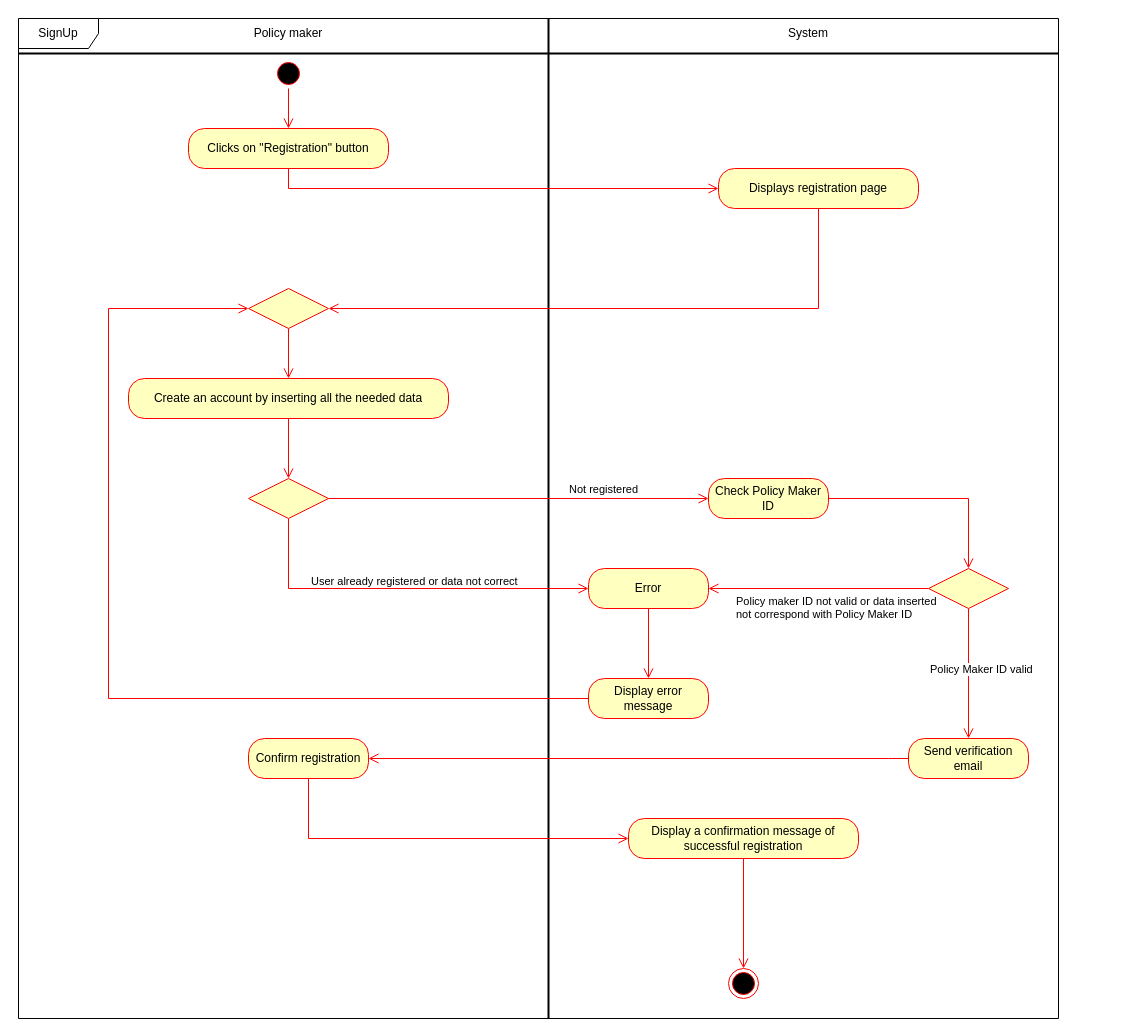
matteovisotto/SE2-CecchettoSirianiVisotto keeps this draw.io diagram as page "SignUp" (1 of 7) of PolicyMaker.drawio. Above is the earlier version. Source tidied: cells renumbered, new cells numbered last; positions are measured from the earlier drawing's top-left corner, leaving out a move shared by most shapes. Both pictures are drawn from the tidied source at 100%, with x=0, y=0 at pixel (18, 18).
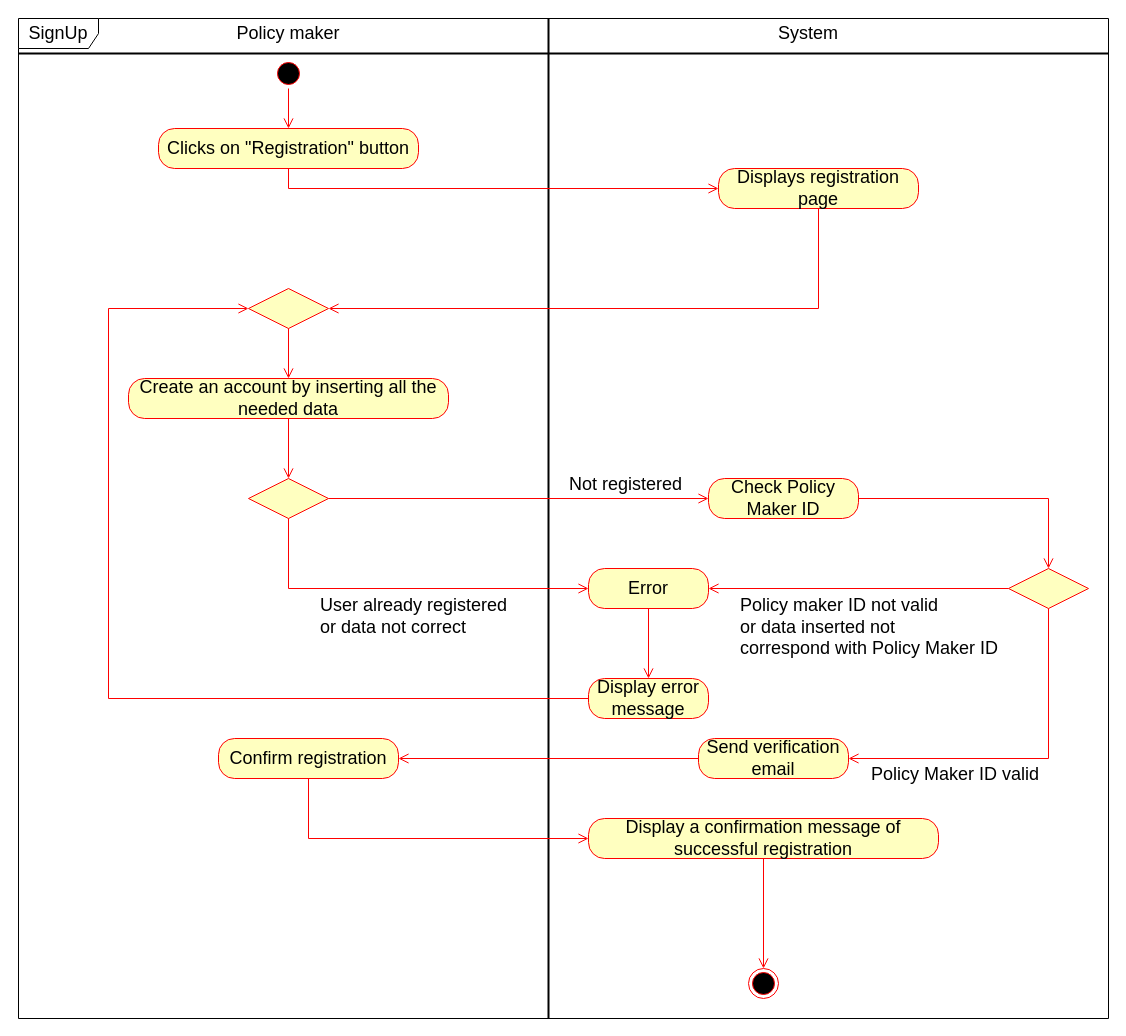
After the change.

The change refers to these unchanged cells:
```xml
<mxCell id="10" style="rhombus;whiteSpace=wrap;html=1;fillColor=#ffffc0;strokeColor=#ff0000;" parent="1" vertex="1">
  <mxGeometry x="230" y="460" width="80" height="40" as="geometry" />
</mxCell>
```

Diff of the diagram source:
```diff
@@
-    <mxCell id="2" value="SignUp" style="shape=umlFrame;whiteSpace=wrap;html=1;width=80;height=30;" parent="1" vertex="1">
-      <mxGeometry width="1040" height="1000" as="geometry" />
+    <mxCell id="2" value="&lt;font style=&quot;font-size: 18px&quot;&gt;SignUp&lt;/font&gt;" style="shape=umlFrame;whiteSpace=wrap;html=1;width=80;height=30;" parent="1" vertex="1">
+      <mxGeometry width="1090" height="1000" as="geometry" />
     </mxCell>
@@
-    <mxCell id="8" value="Create an account by inserting all the needed data" style="rounded=1;whiteSpace=wrap;html=1;arcSize=40;fontColor=#000000;fillColor=#ffffc0;strokeColor=#ff0000;" parent="1" vertex="1">
+    <mxCell id="8" value="&lt;font style=&quot;font-size: 18px&quot;&gt;Create an account by inserting all the needed data&lt;/font&gt;" style="rounded=1;whiteSpace=wrap;html=1;arcSize=40;fontColor=#000000;fillColor=#ffffc0;strokeColor=#ff0000;" parent="1" vertex="1">
       <mxGeometry x="110" y="360" width="320" height="40" as="geometry" />
     </mxCell>
@@
-    <mxCell id="11" value="Not registered" style="edgeStyle=orthogonalEdgeStyle;html=1;align=left;verticalAlign=bottom;endArrow=open;endSize=8;strokeColor=#ff0000;rounded=0;" parent="1" edge="1" source="10" target="27">
+    <mxCell id="11" value="&lt;font style=&quot;font-size: 18px&quot;&gt;Not registered&lt;/font&gt;" style="edgeStyle=orthogonalEdgeStyle;html=1;align=left;verticalAlign=bottom;endArrow=open;endSize=8;strokeColor=#ff0000;rounded=0;" parent="1" edge="1" source="10" target="27">
       <mxGeometry x="0.26" relative="1" as="geometry" />
     </mxCell>
-    <mxCell id="12" value="User already registered or data not correct" style="edgeStyle=orthogonalEdgeStyle;html=1;align=left;verticalAlign=top;endArrow=open;endSize=8;strokeColor=#ff0000;rounded=0;" parent="1" edge="1" source="10" target="24">
-      <mxGeometry x="-0.51" y="20" relative="1" as="geometry">
+    <mxCell id="12" value="&lt;font style=&quot;font-size: 18px&quot;&gt;User already registered&lt;br&gt;or data not correct&lt;/font&gt;" style="edgeStyle=orthogonalEdgeStyle;html=1;align=left;verticalAlign=top;endArrow=open;endSize=8;strokeColor=#ff0000;rounded=0;" parent="1" edge="1" source="10" target="24">
+      <mxGeometry x="-0.46" relative="1" as="geometry">
         <Array as="points">
           <mxPoint x="270" y="570" />
         </Array>
       </mxGeometry>
     </mxCell>
@@
-    <mxCell id="14" value="Send verification email" style="rounded=1;whiteSpace=wrap;html=1;arcSize=40;fontColor=#000000;fillColor=#ffffc0;strokeColor=#ff0000;" parent="1" vertex="1">
-      <mxGeometry x="890" y="720" width="120" height="40" as="geometry" />
+    <mxCell id="14" value="&lt;font style=&quot;font-size: 18px&quot;&gt;Send verification email&lt;/font&gt;" style="rounded=1;whiteSpace=wrap;html=1;arcSize=40;fontColor=#000000;fillColor=#ffffc0;strokeColor=#ff0000;" parent="1" vertex="1">
+      <mxGeometry x="680" y="720" width="150" height="40" as="geometry" />
     </mxCell>
-    <mxCell id="15" value="Confirm registration" style="rounded=1;whiteSpace=wrap;html=1;arcSize=40;fontColor=#000000;fillColor=#ffffc0;strokeColor=#ff0000;" parent="1" vertex="1">
-      <mxGeometry x="230" y="720" width="120" height="40" as="geometry" />
+    <mxCell id="15" value="&lt;font style=&quot;font-size: 18px&quot;&gt;Confirm registration&lt;/font&gt;" style="rounded=1;whiteSpace=wrap;html=1;arcSize=40;fontColor=#000000;fillColor=#ffffc0;strokeColor=#ff0000;" parent="1" vertex="1">
+      <mxGeometry x="200" y="720" width="180" height="40" as="geometry" />
     </mxCell>
@@
-    <mxCell id="17" value="Display a confirmation message of successful registration" style="rounded=1;whiteSpace=wrap;html=1;arcSize=40;fontColor=#000000;fillColor=#ffffc0;strokeColor=#ff0000;" parent="1" vertex="1">
-      <mxGeometry x="610" y="800" width="230" height="40" as="geometry" />
+    <mxCell id="17" value="&lt;font style=&quot;font-size: 18px&quot;&gt;Display a confirmation message of successful registration&lt;/font&gt;" style="rounded=1;whiteSpace=wrap;html=1;arcSize=40;fontColor=#000000;fillColor=#ffffc0;strokeColor=#ff0000;" parent="1" vertex="1">
+      <mxGeometry x="570" y="800" width="350" height="40" as="geometry" />
     </mxCell>
@@
     <mxCell id="19" style="ellipse;html=1;shape=endState;fillColor=#000000;strokeColor=#ff0000;" parent="1" vertex="1">
-      <mxGeometry x="710" y="950" width="30" height="30" as="geometry" />
+      <mxGeometry x="730" y="950" width="30" height="30" as="geometry" />
     </mxCell>
     <mxCell id="20" style="line;strokeWidth=2;html=1;" parent="1" vertex="1">
-      <mxGeometry y="30" width="1040" height="10" as="geometry" />
+      <mxGeometry y="30" width="1090" height="10" as="geometry" />
     </mxCell>
-    <mxCell id="21" value="Policy maker" style="text;html=1;strokeColor=none;fillColor=none;align=center;verticalAlign=middle;whiteSpace=wrap;rounded=0;" parent="1" vertex="1">
+    <mxCell id="21" value="&lt;font style=&quot;font-size: 18px&quot;&gt;Policy maker&lt;/font&gt;" style="text;html=1;strokeColor=none;fillColor=none;align=center;verticalAlign=middle;whiteSpace=wrap;rounded=0;" parent="1" vertex="1">
       <mxGeometry x="210" width="120" height="30" as="geometry" />
     </mxCell>
-    <mxCell id="22" value="System" style="text;html=1;strokeColor=none;fillColor=none;align=center;verticalAlign=middle;whiteSpace=wrap;rounded=0;" parent="1" vertex="1">
+    <mxCell id="22" value="&lt;font style=&quot;font-size: 18px&quot;&gt;System&lt;/font&gt;" style="text;html=1;strokeColor=none;fillColor=none;align=center;verticalAlign=middle;whiteSpace=wrap;rounded=0;" parent="1" vertex="1">
       <mxGeometry x="760" width="60" height="30" as="geometry" />
     </mxCell>
-    <mxCell id="23" value="Display error message" style="rounded=1;whiteSpace=wrap;html=1;arcSize=40;fontColor=#000000;fillColor=#ffffc0;strokeColor=#ff0000;" parent="1" vertex="1">
+    <mxCell id="23" value="&lt;font style=&quot;font-size: 18px&quot;&gt;Display error message&lt;/font&gt;" style="rounded=1;whiteSpace=wrap;html=1;arcSize=40;fontColor=#000000;fillColor=#ffffc0;strokeColor=#ff0000;" parent="1" vertex="1">
       <mxGeometry x="570" y="660" width="120" height="40" as="geometry" />
     </mxCell>
-    <mxCell id="24" value="Error" style="rounded=1;whiteSpace=wrap;html=1;arcSize=40;fontColor=#000000;fillColor=#ffffc0;strokeColor=#ff0000;" parent="1" vertex="1">
+    <mxCell id="24" value="&lt;font style=&quot;font-size: 18px&quot;&gt;Error&lt;/font&gt;" style="rounded=1;whiteSpace=wrap;html=1;arcSize=40;fontColor=#000000;fillColor=#ffffc0;strokeColor=#ff0000;" parent="1" vertex="1">
       <mxGeometry x="570" y="550" width="120" height="40" as="geometry" />
     </mxCell>
@@
     <mxCell id="26" style="edgeStyle=orthogonalEdgeStyle;html=1;verticalAlign=bottom;endArrow=open;endSize=8;strokeColor=#ff0000;rounded=0;" parent="1" edge="1" source="14" target="15">
-      <mxGeometry relative="1" as="geometry">
-        <Array as="points">
-          <mxPoint x="870" y="740" />
-          <mxPoint x="870" y="740" />
-        </Array>
-      </mxGeometry>
+      <mxGeometry relative="1" as="geometry" />
     </mxCell>
-    <mxCell id="27" value="Check Policy Maker ID" style="rounded=1;whiteSpace=wrap;html=1;arcSize=40;fontColor=#000000;fillColor=#ffffc0;strokeColor=#ff0000;" parent="1" vertex="1">
-      <mxGeometry x="690" y="460" width="120" height="40" as="geometry" />
+    <mxCell id="27" value="&lt;font style=&quot;font-size: 18px&quot;&gt;Check Policy Maker ID&lt;/font&gt;" style="rounded=1;whiteSpace=wrap;html=1;arcSize=40;fontColor=#000000;fillColor=#ffffc0;strokeColor=#ff0000;" parent="1" vertex="1">
+      <mxGeometry x="690" y="460" width="150" height="40" as="geometry" />
     </mxCell>
     <mxCell id="28" style="edgeStyle=orthogonalEdgeStyle;html=1;verticalAlign=bottom;endArrow=open;endSize=8;strokeColor=#ff0000;rounded=0;" parent="1" edge="1" source="27" target="29">
       <mxGeometry relative="1" as="geometry">
         <Array as="points">
-          <mxPoint x="950" y="480" />
+          <mxPoint x="1030" y="480" />
         </Array>
       </mxGeometry>
     </mxCell>
     <mxCell id="29" style="rhombus;whiteSpace=wrap;html=1;fillColor=#ffffc0;strokeColor=#ff0000;" parent="1" vertex="1">
-      <mxGeometry x="910" y="550" width="80" height="40" as="geometry" />
+      <mxGeometry x="990" y="550" width="80" height="40" as="geometry" />
     </mxCell>
-    <mxCell id="30" value="Policy Maker ID valid" style="edgeStyle=orthogonalEdgeStyle;html=1;align=left;verticalAlign=bottom;endArrow=open;endSize=8;strokeColor=#ff0000;rounded=0;startArrow=none;" parent="1" edge="1" source="29" target="14">
-      <mxGeometry x="0.08" y="-40" relative="1" as="geometry">
+    <mxCell id="30" value="&lt;font style=&quot;font-size: 18px&quot;&gt;Policy Maker ID valid&lt;/font&gt;" style="edgeStyle=orthogonalEdgeStyle;html=1;align=left;verticalAlign=bottom;endArrow=open;endSize=8;strokeColor=#ff0000;rounded=0;startArrow=none;" parent="1" edge="1" source="29" target="14">
+      <mxGeometry x="0.88" y="30" relative="1" as="geometry">
         <Array as="points">
-          <mxPoint x="930" y="740" />
+          <mxPoint x="1030" y="740" />
         </Array>
       </mxGeometry>
     </mxCell>
-    <mxCell id="31" value="&lt;span&gt;Policy maker ID not valid or data inserted&lt;/span&gt;&lt;br style=&quot;background-color: rgb(248 , 249 , 250)&quot;&gt;&lt;span&gt;not correspond with Policy Maker ID&lt;/span&gt;" style="edgeStyle=orthogonalEdgeStyle;html=1;align=left;verticalAlign=top;endArrow=open;endSize=8;strokeColor=#ff0000;rounded=0;" parent="1" edge="1" source="29" target="24">
-      <mxGeometry x="0.76" relative="1" as="geometry" />
+    <mxCell id="31" value="&lt;font style=&quot;font-size: 18px&quot;&gt;&lt;span&gt;Policy maker ID not valid&lt;br&gt;or data inserted&amp;nbsp;&lt;/span&gt;&lt;span&gt;not&lt;br&gt;correspond with Policy Maker ID&lt;/span&gt;&lt;/font&gt;" style="edgeStyle=orthogonalEdgeStyle;html=1;align=left;verticalAlign=top;endArrow=open;endSize=8;strokeColor=#ff0000;rounded=0;" parent="1" edge="1" source="29" target="24">
+      <mxGeometry x="0.8" relative="1" as="geometry" />
     </mxCell>
-    <mxCell id="32" value="Clicks on &quot;Registration&quot; button" style="rounded=1;whiteSpace=wrap;html=1;arcSize=40;fontColor=#000000;fillColor=#ffffc0;strokeColor=#ff0000;" parent="1" vertex="1">
-      <mxGeometry x="170" y="110" width="200" height="40" as="geometry" />
+    <mxCell id="32" value="&lt;font style=&quot;font-size: 18px&quot;&gt;Clicks on &quot;Registration&quot; button&lt;/font&gt;" style="rounded=1;whiteSpace=wrap;html=1;arcSize=40;fontColor=#000000;fillColor=#ffffc0;strokeColor=#ff0000;" parent="1" vertex="1">
+      <mxGeometry x="140" y="110" width="260" height="40" as="geometry" />
     </mxCell>
@@
-    <mxCell id="34" value="Displays registration page" style="rounded=1;whiteSpace=wrap;html=1;arcSize=40;fontColor=#000000;fillColor=#ffffc0;strokeColor=#ff0000;" parent="1" vertex="1">
+    <mxCell id="34" value="&lt;font style=&quot;font-size: 18px&quot;&gt;Displays registration page&lt;/font&gt;" style="rounded=1;whiteSpace=wrap;html=1;arcSize=40;fontColor=#000000;fillColor=#ffffc0;strokeColor=#ff0000;" parent="1" vertex="1">
       <mxGeometry x="700" y="150" width="200" height="40" as="geometry" />
     </mxCell>
```
